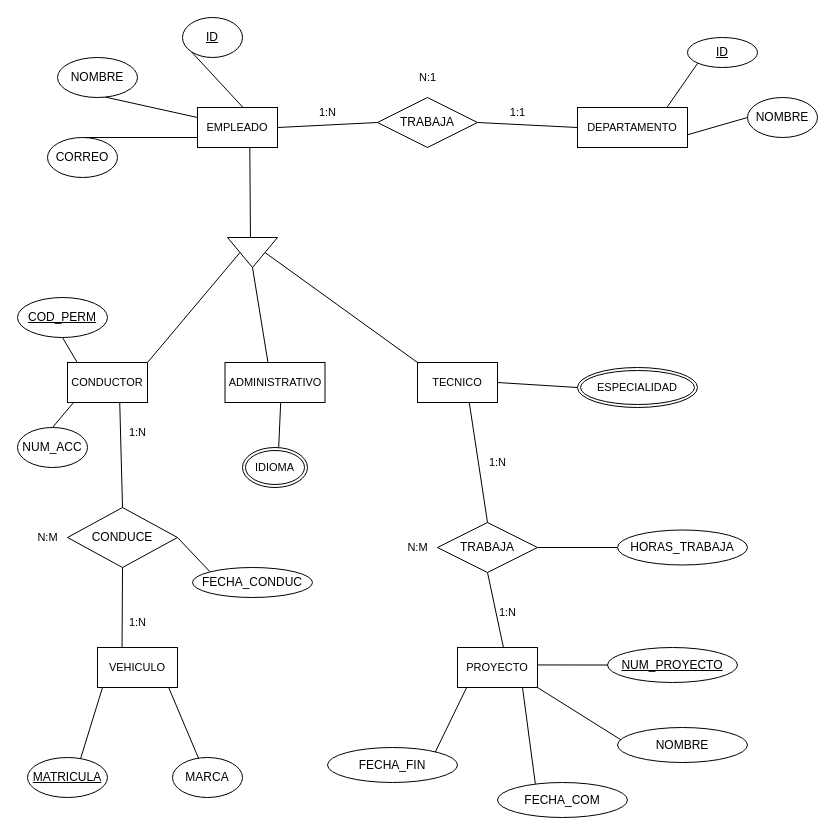
Before: page "diagram-3" (3 of 5) of bases-datos/diagrams.drawio in igardiet/dam, a draw.io diagram. Source tidied: cells renumbered, new cells numbered last; positions are measured from the earlier drawing's top-left corner, leaving out a move shared by most shapes. Both pictures are drawn from the tidied source at 100%, with x=0, y=0 at pixel (17, 17).
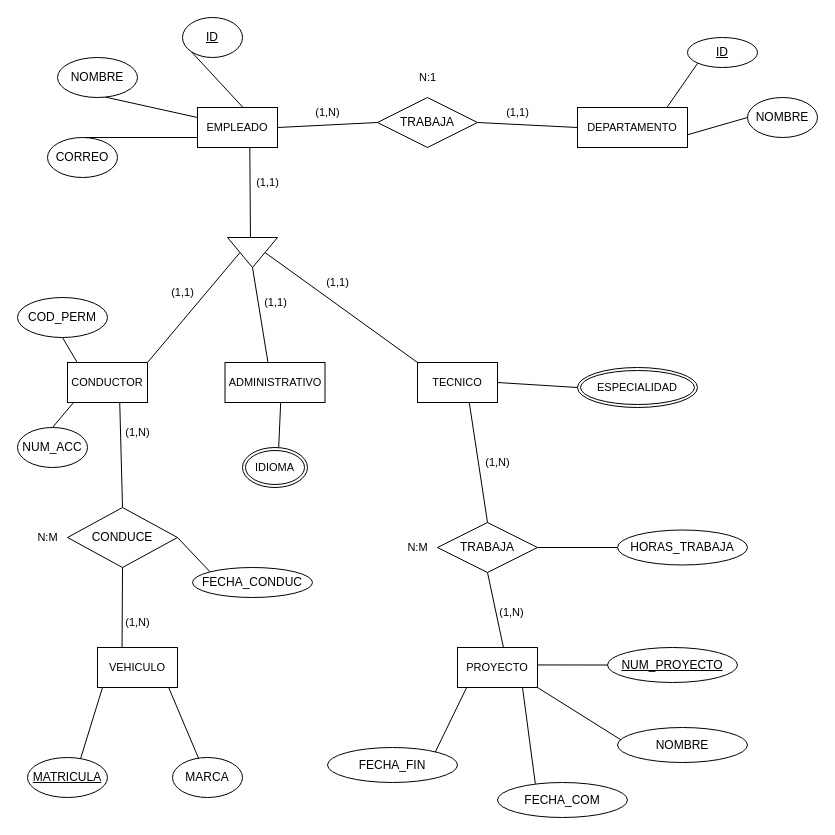
Above is the later version.

Change to the diagram source:
```diff
@@
-    <mxCell id="17" value="1:1" style="text;html=1;align=center;verticalAlign=middle;strokeColor=none;fillColor=none;fontSize=11;fontFamily=Helvetica;fontColor=default;" parent="1" vertex="1">
-      <mxGeometry x="480" y="80" width="40" height="30" as="geometry" />
+    <mxCell id="17" value="(1,1)" style="text;html=1;align=center;verticalAlign=middle;strokeColor=none;fillColor=none;fontSize=11;fontFamily=Helvetica;fontColor=default;" parent="1" vertex="1">
+      <mxGeometry x="475" y="80" width="50" height="30" as="geometry" />
     </mxCell>
-    <mxCell id="18" value="1:N" style="text;html=1;align=center;verticalAlign=middle;strokeColor=none;fillColor=none;fontSize=11;fontFamily=Helvetica;fontColor=default;" parent="1" vertex="1">
-      <mxGeometry x="290" y="80" width="40" height="30" as="geometry" />
+    <mxCell id="18" value="(1,N)" style="text;html=1;align=center;verticalAlign=middle;strokeColor=none;fillColor=none;fontSize=11;fontFamily=Helvetica;fontColor=default;" parent="1" vertex="1">
+      <mxGeometry x="285" y="80" width="50" height="30" as="geometry" />
     </mxCell>
@@
-    <mxCell id="28" value="&lt;u&gt;COD_PERM&lt;/u&gt;" style="ellipse;whiteSpace=wrap;html=1;" parent="1" vertex="1">
+    <mxCell id="28" value="COD_PERM" style="ellipse;whiteSpace=wrap;html=1;" parent="1" vertex="1">
       <mxGeometry y="280" width="90" height="40" as="geometry" />
     </mxCell>
@@
-    <mxCell id="38" value="1:N" style="text;html=1;align=center;verticalAlign=middle;strokeColor=none;fillColor=none;fontSize=11;fontFamily=Helvetica;fontColor=default;" parent="1" vertex="1">
-      <mxGeometry x="100" y="400" width="40" height="30" as="geometry" />
+    <mxCell id="38" value="(1,N)" style="text;html=1;align=center;verticalAlign=middle;strokeColor=none;fillColor=none;fontSize=11;fontFamily=Helvetica;fontColor=default;" parent="1" vertex="1">
+      <mxGeometry x="95" y="400" width="50" height="30" as="geometry" />
     </mxCell>
-    <mxCell id="39" value="1:N" style="text;html=1;align=center;verticalAlign=middle;strokeColor=none;fillColor=none;fontSize=11;fontFamily=Helvetica;fontColor=default;" parent="1" vertex="1">
-      <mxGeometry x="100" y="590" width="40" height="30" as="geometry" />
+    <mxCell id="39" value="(1,N)" style="text;html=1;align=center;verticalAlign=middle;strokeColor=none;fillColor=none;fontSize=11;fontFamily=Helvetica;fontColor=default;" parent="1" vertex="1">
+      <mxGeometry x="95" y="590" width="50" height="30" as="geometry" />
     </mxCell>
@@
-    <mxCell id="59" value="1:N" style="text;html=1;align=center;verticalAlign=middle;strokeColor=none;fillColor=none;fontSize=11;fontFamily=Helvetica;fontColor=default;" parent="1" vertex="1">
-      <mxGeometry x="470" y="580" width="40" height="30" as="geometry" />
+    <mxCell id="59" value="(1,N)" style="text;html=1;align=center;verticalAlign=middle;strokeColor=none;fillColor=none;fontSize=11;fontFamily=Helvetica;fontColor=default;" parent="1" vertex="1">
+      <mxGeometry x="469" y="580" width="50" height="30" as="geometry" />
     </mxCell>
-    <mxCell id="60" value="1:N" style="text;html=1;align=center;verticalAlign=middle;strokeColor=none;fillColor=none;fontSize=11;fontFamily=Helvetica;fontColor=default;" parent="1" vertex="1">
-      <mxGeometry x="460" y="430" width="40" height="30" as="geometry" />
+    <mxCell id="60" value="(1,N)" style="text;html=1;align=center;verticalAlign=middle;strokeColor=none;fillColor=none;fontSize=11;fontFamily=Helvetica;fontColor=default;" parent="1" vertex="1">
+      <mxGeometry x="455" y="430" width="50" height="30" as="geometry" />
     </mxCell>
@@
+    <mxCell id="68" value="(1,1)" style="text;html=1;align=center;verticalAlign=middle;strokeColor=none;fillColor=none;fontSize=11;fontFamily=Helvetica;fontColor=default;" parent="1" vertex="1">
+      <mxGeometry x="225" y="150" width="50" height="30" as="geometry" />
+    </mxCell>
+    <mxCell id="69" value="(1,1)" style="text;html=1;align=center;verticalAlign=middle;strokeColor=none;fillColor=none;fontSize=11;fontFamily=Helvetica;fontColor=default;" parent="1" vertex="1">
+      <mxGeometry x="232.5" y="270" width="50" height="30" as="geometry" />
+    </mxCell>
+    <mxCell id="70" value="(1,1)" style="text;html=1;align=center;verticalAlign=middle;strokeColor=none;fillColor=none;fontSize=11;fontFamily=Helvetica;fontColor=default;" parent="1" vertex="1">
+      <mxGeometry x="140" y="260" width="50" height="30" as="geometry" />
+    </mxCell>
+    <mxCell id="71" value="(1,1)" style="text;html=1;align=center;verticalAlign=middle;strokeColor=none;fillColor=none;fontSize=11;fontFamily=Helvetica;fontColor=default;" parent="1" vertex="1">
+      <mxGeometry x="295" y="250" width="50" height="30" as="geometry" />
+    </mxCell>
```
